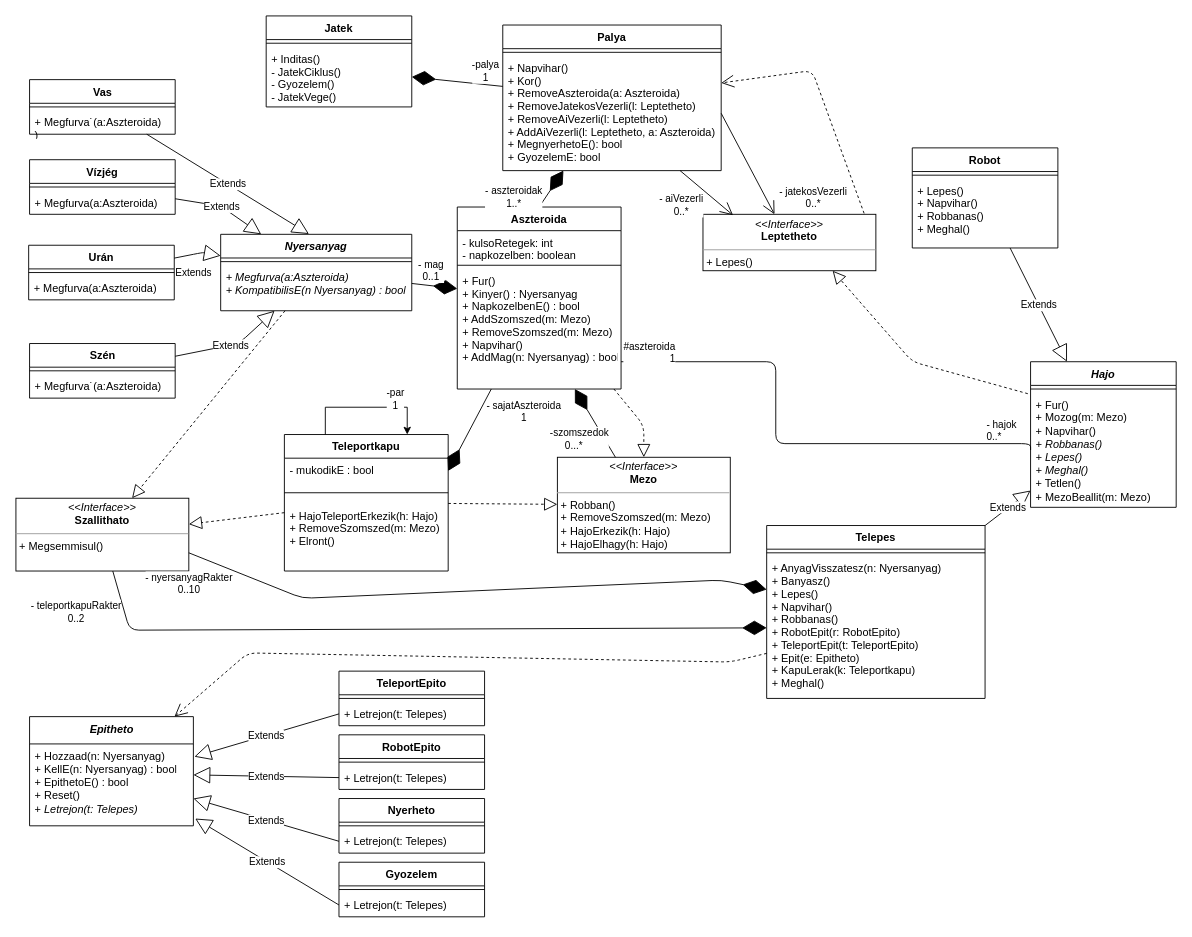
Before: doc/uml/class.drawio in torpeBoiGo/aszteroidabanyaszat, a draw.io diagram. Source tidied: cells renumbered, new cells numbered last; positions are measured from the earlier drawing's top-left corner, leaving out a move shared by most shapes. Both pictures are drawn from the tidied source at 91%, with x=0, y=0 at pixel (15, 15).
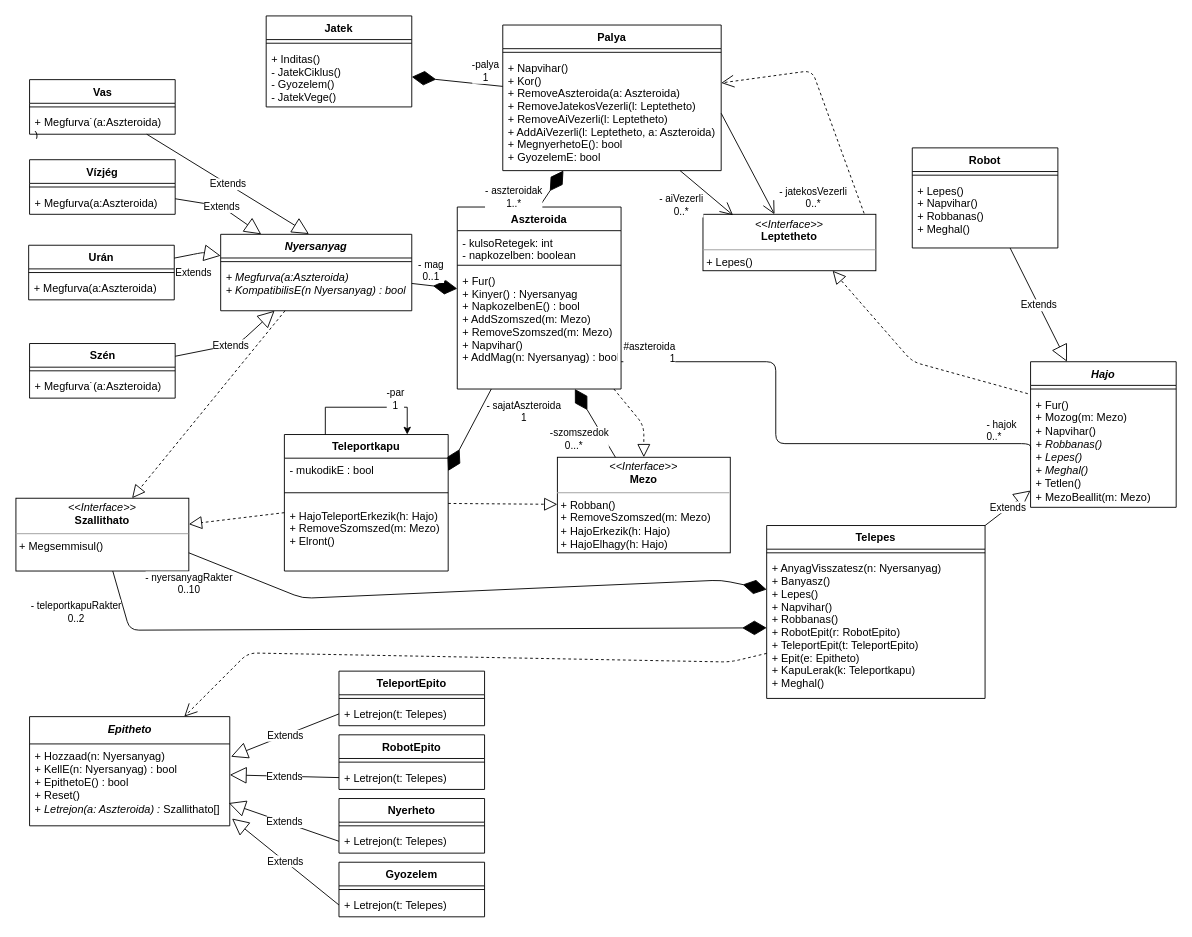
The same diagram, later.

Commit message:
Letrejon visszatérés

Unchanged cells that the change refers to:
```xml
<mxCell id="84" value="+ Letrejon(t: Telepes)" style="text;strokeColor=none;fillColor=none;align=left;verticalAlign=top;spacingLeft=4;spacingRight=4;overflow=hidden;points=[[0,0.5],[1,0.5]];portConstraint=eastwest;" parent="82" vertex="1">
  <mxGeometry y="34" width="160" height="26" as="geometry" />
</mxCell>
```

The edit, as a diff of the source:
```diff
@@
     <mxCell id="59" value="Epitheto" style="swimlane;fontStyle=3;align=center;verticalAlign=top;horizontal=1;startSize=30;html=1;" parent="1" vertex="1">
-      <mxGeometry x="15" y="770" width="180" height="120" as="geometry" />
+      <mxGeometry x="15" y="770" width="220" height="120" as="geometry" />
     </mxCell>
-    <mxCell id="60" value="+ Hozzaad(n: Nyersanyag)&lt;br&gt;+ KellE(n: Nyersanyag) : bool&lt;br&gt;+ EpithetoE() : bool&lt;br&gt;+ Reset()&lt;br&gt;+ &lt;i&gt;Letrejon(t: Telepes)&lt;/i&gt;" style="text;strokeColor=none;fillColor=none;align=left;verticalAlign=top;spacingLeft=4;spacingRight=4;overflow=hidden;points=[[0,0.5],[1,0.5]];portConstraint=eastwest;html=1;" parent="59" vertex="1">
-      <mxGeometry y="30" width="180" height="90" as="geometry" />
+    <mxCell id="60" value="+ Hozzaad(n: Nyersanyag)&lt;br&gt;+ KellE(n: Nyersanyag) : bool&lt;br&gt;+ EpithetoE() : bool&lt;br&gt;+ Reset()&lt;br&gt;+ &lt;i&gt;Letrejon(a: Aszteroida) :&amp;nbsp;&lt;/i&gt;Szallithato[]&amp;nbsp;" style="text;strokeColor=none;fillColor=none;align=left;verticalAlign=top;spacingLeft=4;spacingRight=4;overflow=hidden;points=[[0,0.5],[1,0.5]];portConstraint=eastwest;html=1;" parent="59" vertex="1">
+      <mxGeometry y="30" width="220" height="90" as="geometry" />
     </mxCell>
@@
-    <mxCell id="87" value="Extends" style="endArrow=block;endSize=16;endFill=0;html=1;entryX=1;entryY=0.378;entryDx=0;entryDy=0;entryPerimeter=0;exitX=0;exitY=0.5;exitDx=0;exitDy=0;" parent="1" edge="1" source="84">
-      <mxGeometry relative="1" as="geometry">
-        <mxPoint x="195" y="860" as="targetPoint" />
-      </mxGeometry>
+    <mxCell id="87" value="Extends" style="endArrow=block;endSize=16;endFill=0;html=1;entryX=0.995;entryY=0.722;entryDx=0;entryDy=0;entryPerimeter=0;exitX=0;exitY=0.5;exitDx=0;exitDy=0;" parent="1" edge="1" source="84" target="60">
+      <mxGeometry relative="1" as="geometry" />
     </mxCell>
```
